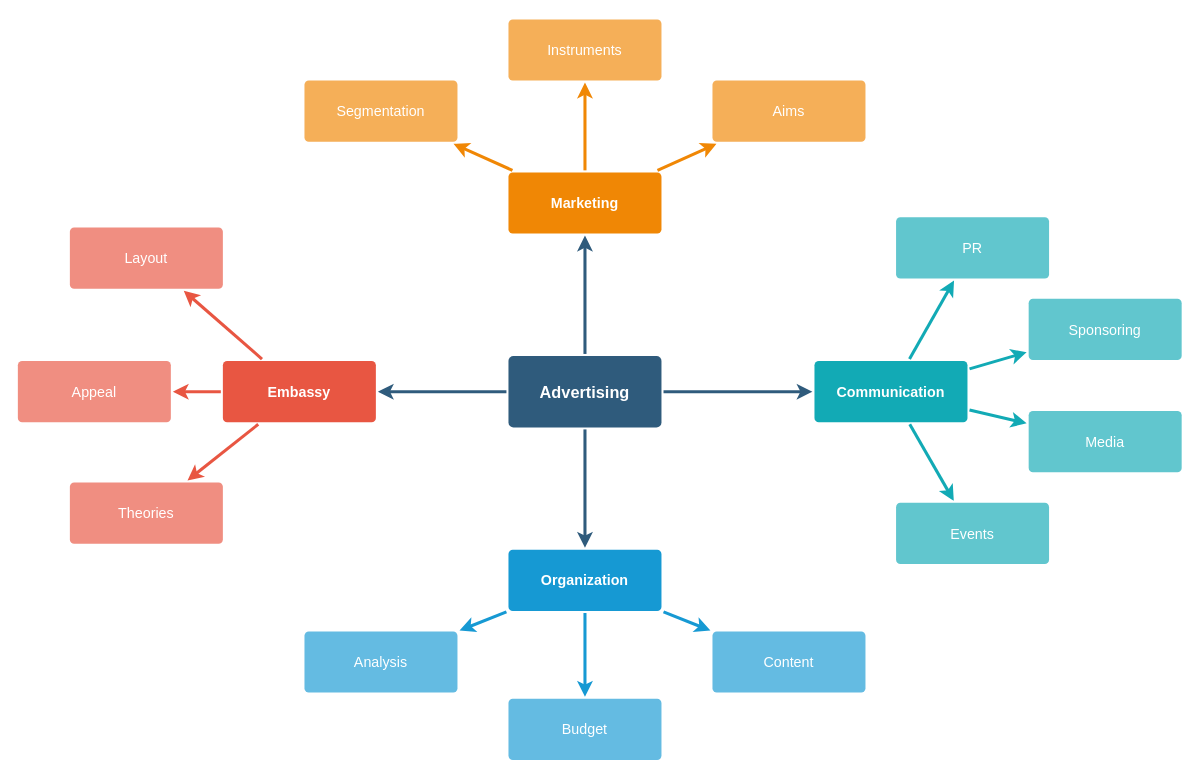
Before: Untitled Diagram.drawio in prabsh/pj, a draw.io diagram. Source tidied: cells renumbered, new cells numbered last; positions are measured from the earlier drawing's top-left corner, leaving out a move shared by most shapes. Both pictures are drawn from the tidied source at 102%, with x=0, y=0 at pixel (17, 18).
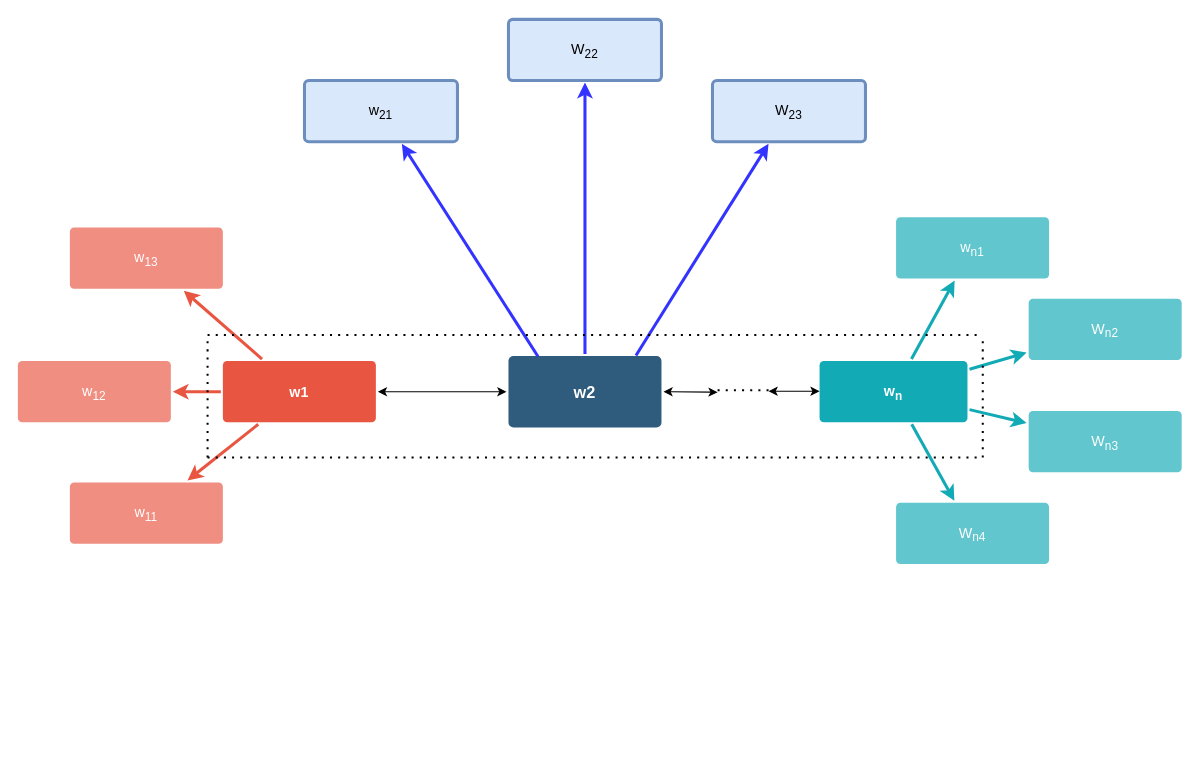
After the change.

Diff of the diagram source:
```diff
@@
-    <mxCell id="2" style="edgeStyle=none;rounded=0;jumpStyle=none;html=1;shadow=0;labelBackgroundColor=none;startArrow=none;startFill=0;endArrow=classic;endFill=1;jettySize=auto;strokeColor=#2F5B7C;strokeWidth=3;fontFamily=Helvetica;fontSize=16;fontColor=#23445D;spacing=5;" parent="1" edge="1" source="6" target="21">
-      <mxGeometry relative="1" as="geometry" />
-    </mxCell>
-    <mxCell id="3" style="edgeStyle=none;rounded=0;jumpStyle=none;html=1;shadow=0;labelBackgroundColor=none;startArrow=none;startFill=0;endArrow=classic;endFill=1;jettySize=auto;strokeColor=#2F5B7C;strokeWidth=3;fontFamily=Helvetica;fontSize=16;fontColor=#23445D;spacing=5;" parent="1" edge="1" source="6" target="28">
-      <mxGeometry relative="1" as="geometry" />
-    </mxCell>
-    <mxCell id="4" style="edgeStyle=none;rounded=0;jumpStyle=none;html=1;shadow=0;labelBackgroundColor=none;startArrow=none;startFill=0;endArrow=classic;endFill=1;jettySize=auto;strokeColor=#2F5B7C;strokeWidth=3;fontFamily=Helvetica;fontSize=16;fontColor=#23445D;spacing=5;" parent="1" edge="1" source="6" target="17">
-      <mxGeometry relative="1" as="geometry" />
-    </mxCell>
-    <mxCell id="5" style="edgeStyle=none;rounded=0;jumpStyle=none;html=1;shadow=0;labelBackgroundColor=none;startArrow=none;startFill=0;endArrow=classic;endFill=1;jettySize=auto;strokeColor=#2F5B7C;strokeWidth=3;fontFamily=Helvetica;fontSize=16;fontColor=#23445D;spacing=5;" parent="1" edge="1" source="6" target="10">
-      <mxGeometry relative="1" as="geometry" />
-    </mxCell>
-    <mxCell id="6" value="Advertising" style="rounded=1;whiteSpace=wrap;html=1;shadow=0;labelBackgroundColor=none;strokeColor=none;strokeWidth=3;fillColor=#2F5B7C;fontFamily=Helvetica;fontSize=16;fontColor=#FFFFFF;align=center;fontStyle=1;spacing=5;arcSize=7;perimeterSpacing=2;" parent="1" vertex="1">
+    <mxCell id="6" value="w2" style="rounded=1;whiteSpace=wrap;html=1;shadow=0;labelBackgroundColor=none;strokeColor=none;strokeWidth=3;fillColor=#2F5B7C;fontFamily=Helvetica;fontSize=16;fontColor=#FFFFFF;align=center;fontStyle=1;spacing=5;arcSize=7;perimeterSpacing=2;" parent="1" vertex="1">
       <mxGeometry x="481" y="330.5" width="150" height="70" as="geometry" />
     </mxCell>
@@
-    <mxCell id="10" value="Embassy" style="rounded=1;whiteSpace=wrap;html=1;shadow=0;labelBackgroundColor=none;strokeColor=none;strokeWidth=3;fillColor=#e85642;fontFamily=Helvetica;fontSize=14;fontColor=#FFFFFF;align=center;spacing=5;fontStyle=1;arcSize=7;perimeterSpacing=2;" parent="1" vertex="1">
+    <mxCell id="10" value="w1" style="rounded=1;whiteSpace=wrap;html=1;shadow=0;labelBackgroundColor=none;strokeColor=none;strokeWidth=3;fillColor=#e85642;fontFamily=Helvetica;fontSize=14;fontColor=#FFFFFF;align=center;spacing=5;fontStyle=1;arcSize=7;perimeterSpacing=2;" parent="1" vertex="1">
       <mxGeometry x="201" y="335.5" width="150" height="60" as="geometry" />
     </mxCell>
-    <mxCell id="11" value="Theories" style="rounded=1;whiteSpace=wrap;html=1;shadow=0;labelBackgroundColor=none;strokeColor=none;strokeWidth=3;fillColor=#f08e81;fontFamily=Helvetica;fontSize=14;fontColor=#FFFFFF;align=center;spacing=5;fontStyle=0;arcSize=7;perimeterSpacing=2;" parent="1" vertex="1">
+    <mxCell id="11" value="w&lt;sub&gt;11&lt;/sub&gt;" style="rounded=1;whiteSpace=wrap;html=1;shadow=0;labelBackgroundColor=none;strokeColor=none;strokeWidth=3;fillColor=#f08e81;fontFamily=Helvetica;fontSize=14;fontColor=#FFFFFF;align=center;spacing=5;fontStyle=0;arcSize=7;perimeterSpacing=2;" parent="1" vertex="1">
       <mxGeometry x="51" y="454.5" width="150" height="60" as="geometry" />
     </mxCell>
-    <mxCell id="12" value="Appeal" style="rounded=1;whiteSpace=wrap;html=1;shadow=0;labelBackgroundColor=none;strokeColor=none;strokeWidth=3;fillColor=#f08e81;fontFamily=Helvetica;fontSize=14;fontColor=#FFFFFF;align=center;spacing=5;fontStyle=0;arcSize=7;perimeterSpacing=2;" parent="1" vertex="1">
+    <mxCell id="12" value="w&lt;sub&gt;12&lt;/sub&gt;" style="rounded=1;whiteSpace=wrap;html=1;shadow=0;labelBackgroundColor=none;strokeColor=none;strokeWidth=3;fillColor=#f08e81;fontFamily=Helvetica;fontSize=14;fontColor=#FFFFFF;align=center;spacing=5;fontStyle=0;arcSize=7;perimeterSpacing=2;" parent="1" vertex="1">
       <mxGeometry y="335.5" width="150" height="60" as="geometry" />
     </mxCell>
-    <mxCell id="13" value="Layout" style="rounded=1;whiteSpace=wrap;html=1;shadow=0;labelBackgroundColor=none;strokeColor=none;strokeWidth=3;fillColor=#f08e81;fontFamily=Helvetica;fontSize=14;fontColor=#FFFFFF;align=center;spacing=5;fontStyle=0;arcSize=7;perimeterSpacing=2;" parent="1" vertex="1">
+    <mxCell id="13" value="w&lt;sub&gt;13&lt;/sub&gt;" style="rounded=1;whiteSpace=wrap;html=1;shadow=0;labelBackgroundColor=none;strokeColor=none;strokeWidth=3;fillColor=#f08e81;fontFamily=Helvetica;fontSize=14;fontColor=#FFFFFF;align=center;spacing=5;fontStyle=0;arcSize=7;perimeterSpacing=2;" parent="1" vertex="1">
       <mxGeometry x="51" y="204.5" width="150" height="60" as="geometry" />
     </mxCell>
-    <mxCell id="14" style="edgeStyle=none;rounded=0;jumpStyle=none;html=1;shadow=0;labelBackgroundColor=none;startArrow=none;startFill=0;endArrow=classic;endFill=1;jettySize=auto;strokeColor=#1699D3;strokeWidth=3;fontFamily=Helvetica;fontSize=14;fontColor=#FFFFFF;spacing=5;" parent="1" edge="1" source="17" target="20">
-      <mxGeometry relative="1" as="geometry" />
-    </mxCell>
-    <mxCell id="15" style="edgeStyle=none;rounded=0;jumpStyle=none;html=1;shadow=0;labelBackgroundColor=none;startArrow=none;startFill=0;endArrow=classic;endFill=1;jettySize=auto;strokeColor=#1699D3;strokeWidth=3;fontFamily=Helvetica;fontSize=14;fontColor=#FFFFFF;spacing=5;" parent="1" edge="1" source="17" target="19">
-      <mxGeometry relative="1" as="geometry" />
-    </mxCell>
-    <mxCell id="16" style="edgeStyle=none;rounded=0;jumpStyle=none;html=1;shadow=0;labelBackgroundColor=none;startArrow=none;startFill=0;endArrow=classic;endFill=1;jettySize=auto;strokeColor=#1699D3;strokeWidth=3;fontFamily=Helvetica;fontSize=14;fontColor=#FFFFFF;spacing=5;" parent="1" edge="1" source="17" target="18">
-      <mxGeometry relative="1" as="geometry" />
-    </mxCell>
-    <mxCell id="17" value="Organization" style="rounded=1;whiteSpace=wrap;html=1;shadow=0;labelBackgroundColor=none;strokeColor=none;strokeWidth=3;fillColor=#1699d3;fontFamily=Helvetica;fontSize=14;fontColor=#FFFFFF;align=center;spacing=5;fontStyle=1;arcSize=7;perimeterSpacing=2;" parent="1" vertex="1">
-      <mxGeometry x="481" y="520.5" width="150" height="60" as="geometry" />
-    </mxCell>
-    <mxCell id="18" value="Content" style="rounded=1;whiteSpace=wrap;html=1;shadow=0;labelBackgroundColor=none;strokeColor=none;strokeWidth=3;fillColor=#64bbe2;fontFamily=Helvetica;fontSize=14;fontColor=#FFFFFF;align=center;spacing=5;arcSize=7;perimeterSpacing=2;" parent="1" vertex="1">
-      <mxGeometry x="681" y="600.5" width="150" height="60" as="geometry" />
-    </mxCell>
-    <mxCell id="19" value="Budget" style="rounded=1;whiteSpace=wrap;html=1;shadow=0;labelBackgroundColor=none;strokeColor=none;strokeWidth=3;fillColor=#64bbe2;fontFamily=Helvetica;fontSize=14;fontColor=#FFFFFF;align=center;spacing=5;arcSize=7;perimeterSpacing=2;" parent="1" vertex="1">
-      <mxGeometry x="481" y="666.5" width="150" height="60" as="geometry" />
-    </mxCell>
-    <mxCell id="20" value="Analysis" style="rounded=1;whiteSpace=wrap;html=1;shadow=0;labelBackgroundColor=none;strokeColor=none;strokeWidth=3;fillColor=#64bbe2;fontFamily=Helvetica;fontSize=14;fontColor=#FFFFFF;align=center;spacing=5;arcSize=7;perimeterSpacing=2;" parent="1" vertex="1">
-      <mxGeometry x="281" y="600.5" width="150" height="60" as="geometry" />
-    </mxCell>
-    <mxCell id="21" value="Marketing" style="rounded=1;whiteSpace=wrap;html=1;shadow=0;labelBackgroundColor=none;strokeColor=none;strokeWidth=3;fillColor=#F08705;fontFamily=Helvetica;fontSize=14;fontColor=#FFFFFF;align=center;spacing=5;fontStyle=1;arcSize=7;perimeterSpacing=2;" parent="1" vertex="1">
-      <mxGeometry x="481" y="150.5" width="150" height="60" as="geometry" />
-    </mxCell>
-    <mxCell id="22" value="Aims&lt;br&gt;" style="rounded=1;whiteSpace=wrap;html=1;shadow=0;labelBackgroundColor=none;strokeColor=none;strokeWidth=3;fillColor=#f5af58;fontFamily=Helvetica;fontSize=14;fontColor=#FFFFFF;align=center;spacing=5;arcSize=7;perimeterSpacing=2;" parent="1" vertex="1">
+    <mxCell id="22" value="W&lt;sub&gt;23&lt;/sub&gt;" style="rounded=1;whiteSpace=wrap;html=1;shadow=0;labelBackgroundColor=none;strokeColor=#6c8ebf;strokeWidth=3;fillColor=#dae8fc;fontFamily=Helvetica;fontSize=14;align=center;spacing=5;arcSize=7;perimeterSpacing=2;" parent="1" vertex="1">
       <mxGeometry x="681" y="60.5" width="150" height="60" as="geometry" />
     </mxCell>
-    <mxCell id="23" style="edgeStyle=none;rounded=0;jumpStyle=none;html=1;shadow=0;labelBackgroundColor=none;startArrow=none;startFill=0;endArrow=classic;endFill=1;jettySize=auto;strokeColor=#F08705;strokeWidth=3;fontFamily=Helvetica;fontSize=14;fontColor=#FFFFFF;spacing=5;" parent="1" edge="1" source="21" target="22">
-      <mxGeometry relative="1" as="geometry" />
+    <mxCell id="23" style="edgeStyle=none;rounded=0;jumpStyle=none;html=1;shadow=0;labelBackgroundColor=none;startArrow=none;startFill=0;endArrow=classic;endFill=1;jettySize=auto;strokeColor=#3333FF;strokeWidth=3;fontFamily=Helvetica;fontSize=14;fontColor=#FFFFFF;spacing=5;" parent="1" edge="1" target="22">
+      <mxGeometry relative="1" as="geometry">
+        <mxPoint x="606" y="330" as="sourcePoint" />
+      </mxGeometry>
     </mxCell>
-    <mxCell id="24" value="Instruments" style="rounded=1;whiteSpace=wrap;html=1;shadow=0;labelBackgroundColor=none;strokeColor=none;strokeWidth=3;fillColor=#f5af58;fontFamily=Helvetica;fontSize=14;fontColor=#FFFFFF;align=center;spacing=5;arcSize=7;perimeterSpacing=2;" parent="1" vertex="1">
+    <mxCell id="24" value="W&lt;sub&gt;22&lt;/sub&gt;" style="rounded=1;whiteSpace=wrap;html=1;shadow=0;labelBackgroundColor=none;strokeColor=#6c8ebf;strokeWidth=3;fillColor=#dae8fc;fontFamily=Helvetica;fontSize=14;align=center;spacing=5;arcSize=7;perimeterSpacing=2;" parent="1" vertex="1">
       <mxGeometry x="481" y="0.5" width="150" height="60" as="geometry" />
     </mxCell>
-    <mxCell id="25" style="edgeStyle=none;rounded=0;jumpStyle=none;html=1;shadow=0;labelBackgroundColor=none;startArrow=none;startFill=0;endArrow=classic;endFill=1;jettySize=auto;strokeColor=#F08705;strokeWidth=3;fontFamily=Helvetica;fontSize=14;fontColor=#FFFFFF;spacing=5;" parent="1" edge="1" source="21" target="24">
+    <mxCell id="25" style="edgeStyle=none;rounded=0;jumpStyle=none;html=1;shadow=0;labelBackgroundColor=none;startArrow=none;startFill=0;endArrow=classic;endFill=1;jettySize=auto;strokeColor=#3333FF;strokeWidth=3;fontFamily=Helvetica;fontSize=14;fontColor=#FFFFFF;spacing=5;" parent="1" edge="1" source="6" target="24">
       <mxGeometry relative="1" as="geometry" />
     </mxCell>
-    <mxCell id="26" value="Segmentation" style="rounded=1;whiteSpace=wrap;html=1;shadow=0;labelBackgroundColor=none;strokeColor=none;strokeWidth=3;fillColor=#f5af58;fontFamily=Helvetica;fontSize=14;fontColor=#FFFFFF;align=center;spacing=5;arcSize=7;perimeterSpacing=2;" parent="1" vertex="1">
+    <mxCell id="26" value="w&lt;sub&gt;21&lt;/sub&gt;" style="rounded=1;whiteSpace=wrap;html=1;shadow=0;labelBackgroundColor=none;strokeColor=#6c8ebf;strokeWidth=3;fillColor=#dae8fc;fontFamily=Helvetica;fontSize=14;align=center;spacing=5;arcSize=7;perimeterSpacing=2;" parent="1" vertex="1">
       <mxGeometry x="281" y="60.5" width="150" height="60" as="geometry" />
     </mxCell>
-    <mxCell id="27" style="edgeStyle=none;rounded=0;jumpStyle=none;html=1;shadow=0;labelBackgroundColor=none;startArrow=none;startFill=0;endArrow=classic;endFill=1;jettySize=auto;strokeColor=#F08705;strokeWidth=3;fontFamily=Helvetica;fontSize=14;fontColor=#FFFFFF;spacing=5;" parent="1" edge="1" source="21" target="26">
+    <mxCell id="27" style="edgeStyle=none;rounded=0;jumpStyle=none;html=1;shadow=0;labelBackgroundColor=none;startArrow=none;startFill=0;endArrow=classic;endFill=1;jettySize=auto;strokeColor=#3333FF;strokeWidth=3;fontFamily=Helvetica;fontSize=14;fontColor=#FFFFFF;spacing=5;exitX=0.201;exitY=0.034;exitDx=0;exitDy=0;exitPerimeter=0;" parent="1" edge="1" source="6" target="26">
       <mxGeometry relative="1" as="geometry" />
     </mxCell>
-    <mxCell id="28" value="Communication" style="rounded=1;whiteSpace=wrap;html=1;shadow=0;labelBackgroundColor=none;strokeColor=none;strokeWidth=3;fillColor=#12aab5;fontFamily=Helvetica;fontSize=14;fontColor=#FFFFFF;align=center;spacing=5;fontStyle=1;arcSize=7;perimeterSpacing=2;" parent="1" vertex="1">
-      <mxGeometry x="781" y="335.5" width="150" height="60" as="geometry" />
+    <mxCell id="28" value="w&lt;sub&gt;n&lt;/sub&gt;" style="rounded=1;whiteSpace=wrap;html=1;shadow=0;labelBackgroundColor=none;strokeColor=none;strokeWidth=3;fillColor=#12aab5;fontFamily=Helvetica;fontSize=14;fontColor=#FFFFFF;align=center;spacing=5;fontStyle=1;arcSize=7;perimeterSpacing=2;" parent="1" vertex="1">
+      <mxGeometry x="786" y="335.5" width="145" height="60" as="geometry" />
     </mxCell>
-    <mxCell id="29" value="Events" style="rounded=1;whiteSpace=wrap;html=1;shadow=0;labelBackgroundColor=none;strokeColor=none;strokeWidth=3;fillColor=#61c6ce;fontFamily=Helvetica;fontSize=14;fontColor=#FFFFFF;align=center;spacing=5;fontStyle=0;arcSize=7;perimeterSpacing=2;" parent="1" vertex="1">
+    <mxCell id="29" value="W&lt;sub&gt;n4&lt;/sub&gt;" style="rounded=1;whiteSpace=wrap;html=1;shadow=0;labelBackgroundColor=none;strokeColor=none;strokeWidth=3;fillColor=#61c6ce;fontFamily=Helvetica;fontSize=14;fontColor=#FFFFFF;align=center;spacing=5;fontStyle=0;arcSize=7;perimeterSpacing=2;" parent="1" vertex="1">
       <mxGeometry x="861" y="474.5" width="150" height="60" as="geometry" />
     </mxCell>
@@
-    <mxCell id="31" value="Media" style="rounded=1;whiteSpace=wrap;html=1;shadow=0;labelBackgroundColor=none;strokeColor=none;strokeWidth=3;fillColor=#61c6ce;fontFamily=Helvetica;fontSize=14;fontColor=#FFFFFF;align=center;spacing=5;fontStyle=0;arcSize=7;perimeterSpacing=2;" parent="1" vertex="1">
+    <mxCell id="31" value="W&lt;sub&gt;n3&lt;/sub&gt;" style="rounded=1;whiteSpace=wrap;html=1;shadow=0;labelBackgroundColor=none;strokeColor=none;strokeWidth=3;fillColor=#61c6ce;fontFamily=Helvetica;fontSize=14;fontColor=#FFFFFF;align=center;spacing=5;fontStyle=0;arcSize=7;perimeterSpacing=2;" parent="1" vertex="1">
       <mxGeometry x="991" y="384.5" width="150" height="60" as="geometry" />
     </mxCell>
@@
-    <mxCell id="33" value="Sponsoring" style="rounded=1;whiteSpace=wrap;html=1;shadow=0;labelBackgroundColor=none;strokeColor=none;strokeWidth=3;fillColor=#61c6ce;fontFamily=Helvetica;fontSize=14;fontColor=#FFFFFF;align=center;spacing=5;fontStyle=0;arcSize=7;perimeterSpacing=2;" parent="1" vertex="1">
+    <mxCell id="33" value="W&lt;sub&gt;n2&lt;/sub&gt;" style="rounded=1;whiteSpace=wrap;html=1;shadow=0;labelBackgroundColor=none;strokeColor=none;strokeWidth=3;fillColor=#61c6ce;fontFamily=Helvetica;fontSize=14;fontColor=#FFFFFF;align=center;spacing=5;fontStyle=0;arcSize=7;perimeterSpacing=2;" parent="1" vertex="1">
       <mxGeometry x="991" y="274.5" width="150" height="60" as="geometry" />
     </mxCell>
@@
-    <mxCell id="35" value="PR" style="rounded=1;whiteSpace=wrap;html=1;shadow=0;labelBackgroundColor=none;strokeColor=none;strokeWidth=3;fillColor=#61c6ce;fontFamily=Helvetica;fontSize=14;fontColor=#FFFFFF;align=center;spacing=5;fontStyle=0;arcSize=7;perimeterSpacing=2;" parent="1" vertex="1">
+    <mxCell id="35" value="w&lt;sub&gt;n1&lt;/sub&gt;" style="rounded=1;whiteSpace=wrap;html=1;shadow=0;labelBackgroundColor=none;strokeColor=none;strokeWidth=3;fillColor=#61c6ce;fontFamily=Helvetica;fontSize=14;fontColor=#FFFFFF;align=center;spacing=5;fontStyle=0;arcSize=7;perimeterSpacing=2;" parent="1" vertex="1">
       <mxGeometry x="861" y="194.5" width="150" height="60" as="geometry" />
     </mxCell>
@@
+    <mxCell id="37" style="endArrow=classic;startArrow=classic;html=1;rounded=0;exitX=1;exitY=0.5;exitDx=0;exitDy=0;entryX=0;entryY=0.5;entryDx=0;entryDy=0;" parent="1" edge="1" source="10" target="6">
+      <mxGeometry relative="1" as="geometry" />
+    </mxCell>
+    <mxCell id="38" style="endArrow=classic;startArrow=classic;html=1;rounded=0;exitX=1;exitY=0.5;exitDx=0;exitDy=0;" parent="1" edge="1" source="6">
+      <mxGeometry relative="1" as="geometry">
+        <mxPoint x="686" y="366" as="targetPoint" />
+      </mxGeometry>
+    </mxCell>
+    <mxCell id="39" style="endArrow=none;dashed=1;html=1;dashPattern=1 3;strokeWidth=2;rounded=0;" parent="1" edge="1">
+      <mxGeometry relative="1" as="geometry">
+        <mxPoint x="686" y="364" as="sourcePoint" />
+        <mxPoint x="736" y="364" as="targetPoint" />
+      </mxGeometry>
+    </mxCell>
+    <mxCell id="40" style="endArrow=classic;startArrow=classic;html=1;rounded=0;" parent="1" edge="1">
+      <mxGeometry relative="1" as="geometry">
+        <mxPoint x="736" y="365" as="sourcePoint" />
+        <mxPoint x="786" y="365" as="targetPoint" />
+        <Array as="points">
+          <mxPoint x="786" y="365" />
+        </Array>
+      </mxGeometry>
+    </mxCell>
+    <mxCell id="41" style="endArrow=none;dashed=1;html=1;dashPattern=1 3;strokeWidth=2;rounded=0;" parent="1" edge="1">
+      <mxGeometry relative="1" as="geometry">
+        <mxPoint x="946" y="430" as="sourcePoint" />
+        <mxPoint x="946" y="310" as="targetPoint" />
+      </mxGeometry>
+    </mxCell>
+    <mxCell id="42" style="endArrow=none;dashed=1;html=1;dashPattern=1 3;strokeWidth=2;rounded=0;" parent="1" edge="1">
+      <mxGeometry relative="1" as="geometry">
+        <mxPoint x="186" y="310" as="sourcePoint" />
+        <mxPoint x="946" y="310" as="targetPoint" />
+      </mxGeometry>
+    </mxCell>
+    <mxCell id="43" style="endArrow=none;dashed=1;html=1;dashPattern=1 3;strokeWidth=2;rounded=0;" parent="1" edge="1">
+      <mxGeometry relative="1" as="geometry">
+        <mxPoint x="186" y="430" as="sourcePoint" />
+        <mxPoint x="186" y="310" as="targetPoint" />
+      </mxGeometry>
+    </mxCell>
+    <mxCell id="44" style="endArrow=none;dashed=1;html=1;dashPattern=1 3;strokeWidth=2;rounded=0;" parent="1" edge="1">
+      <mxGeometry relative="1" as="geometry">
+        <mxPoint x="186" y="430" as="sourcePoint" />
+        <mxPoint x="946" y="430" as="targetPoint" />
+      </mxGeometry>
+    </mxCell>
```
